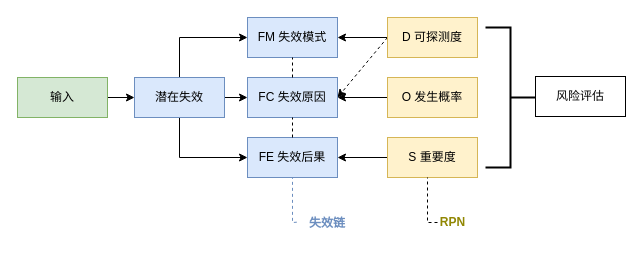
The draw.io diagram 失效评估模型.drawio in 89ao/rss2cubox, before the edit. Source tidied: cells renumbered, new cells numbered last; positions are measured from the earlier drawing's top-left corner, leaving out a move shared by most shapes. Both pictures are drawn from the tidied source at 100%, with x=0, y=0 at pixel (17, 17).
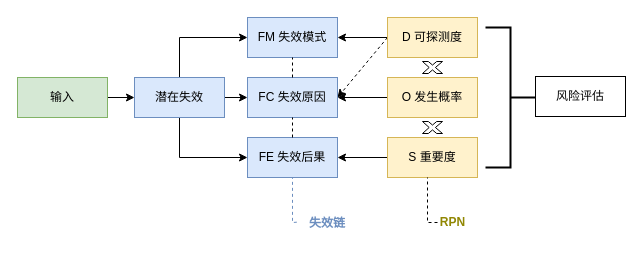
The same diagram, later.

Commit message:
更新失效评估模型.drawio

Diff of the diagram source:
```diff
@@
+    <mxCell id="26" style="verticalLabelPosition=bottom;verticalAlign=top;html=1;shape=mxgraph.basic.x;" parent="1" vertex="1">
+      <mxGeometry x="405" y="44" width="20" height="12" as="geometry" />
+    </mxCell>
+    <mxCell id="27" style="verticalLabelPosition=bottom;verticalAlign=top;html=1;shape=mxgraph.basic.x;" parent="1" vertex="1">
+      <mxGeometry x="405" y="104" width="20" height="12" as="geometry" />
+    </mxCell>
```
